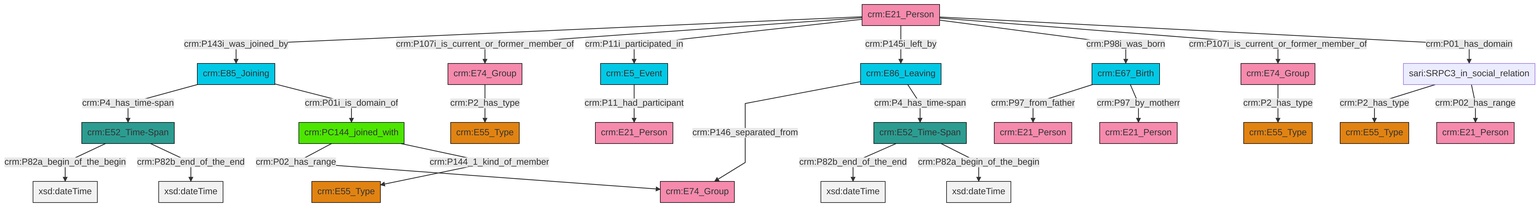
The Mermaid diagram et/personCSV/ttl/mmd/png/Person_Actor_Relations.png in swiss-art-research-net/reference-data-models, before a commit. Its source is kept beside it as et/personCSV/ttl/mmd/Person_Actor_Relations.ttl.mmd.
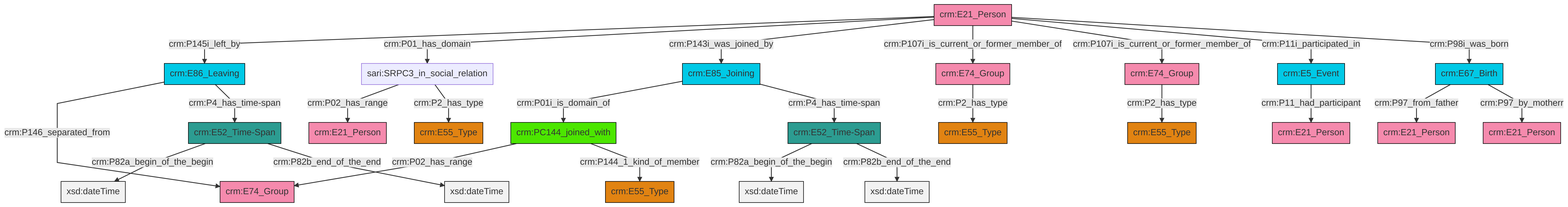
The same file after the commit.

The edit, as a diff of the source:
```diff
@@ -13,27 +13,27 @@
 classDef PC_Classes fill:#4ce600, stroke:#000000;
 classDef Multi fill:#cccccc,stroke:#000000;
 
-0["crm:E74_Group"]:::Actor -->|crm:P2_has_type| 1["crm:E55_Type"]:::Type
-2["crm:E85_Joining"]:::Temporal_Entity -->|crm:P4_has_time-span| 3["crm:E52_Time-Span"]:::Time-Span
-2["crm:E85_Joining"]:::Temporal_Entity -->|crm:P01i_is_domain_of| 4["crm:PC144_joined_with"]:::PC_Classes
-8["sari:SRPC3_in_social_relation"]:::Default -->|crm:P2_has_type| 9["crm:E55_Type"]:::Type
-10["crm:E21_Person"]:::Actor -->|crm:P143i_was_joined_by| 2["crm:E85_Joining"]:::Temporal_Entity
-11["crm:E52_Time-Span"]:::Time-Span -->|crm:P82b_end_of_the_end| 12[xsd:dateTime]:::Literal
-10["crm:E21_Person"]:::Actor -->|crm:P107i_is_current_or_former_member_of| 14["crm:E74_Group"]:::Actor
-22["crm:E86_Leaving"]:::Temporal_Entity -->|crm:P146_separated_from| 18["crm:E74_Group"]:::Actor
-4["crm:PC144_joined_with"]:::PC_Classes -->|crm:P02_has_range| 18["crm:E74_Group"]:::Actor
-25["crm:E5_Event"]:::Temporal_Entity -->|crm:P11_had_participant| 26["crm:E21_Person"]:::Actor
-28["crm:E67_Birth"]:::Temporal_Entity -->|crm:P97_from_father| 29["crm:E21_Person"]:::Actor
-3["crm:E52_Time-Span"]:::Time-Span -->|crm:P82a_begin_of_the_begin| 31[xsd:dateTime]:::Literal
-10["crm:E21_Person"]:::Actor -->|crm:P11i_participated_in| 25["crm:E5_Event"]:::Temporal_Entity
-4["crm:PC144_joined_with"]:::PC_Classes -->|crm:P144_1_kind_of_member| 15["crm:E55_Type"]:::Type
-8["sari:SRPC3_in_social_relation"]:::Default -->|crm:P02_has_range| 20["crm:E21_Person"]:::Actor
-3["crm:E52_Time-Span"]:::Time-Span -->|crm:P82b_end_of_the_end| 34[xsd:dateTime]:::Literal
-10["crm:E21_Person"]:::Actor -->|crm:P145i_left_by| 22["crm:E86_Leaving"]:::Temporal_Entity
-14["crm:E74_Group"]:::Actor -->|crm:P2_has_type| 5["crm:E55_Type"]:::Type
-10["crm:E21_Person"]:::Actor -->|crm:P98i_was_born| 28["crm:E67_Birth"]:::Temporal_Entity
-22["crm:E86_Leaving"]:::Temporal_Entity -->|crm:P4_has_time-span| 11["crm:E52_Time-Span"]:::Time-Span
-10["crm:E21_Person"]:::Actor -->|crm:P107i_is_current_or_former_member_of| 0["crm:E74_Group"]:::Actor
-28["crm:E67_Birth"]:::Temporal_Entity -->|crm:P97_by_motherr| 23["crm:E21_Person"]:::Actor
-10["crm:E21_Person"]:::Actor -->|crm:P01_has_domain| 8["sari:SRPC3_in_social_relation"]:::Default
-11["crm:E52_Time-Span"]:::Time-Span -->|crm:P82a_begin_of_the_begin| 46[xsd:dateTime]:::Literal
+0["crm:E67_Birth"]:::Temporal_Entity -->|crm:P97_from_father| 2["crm:E21_Person"]:::Actor
+3["crm:E52_Time-Span"]:::Time-Span -->|crm:P82a_begin_of_the_begin| 4[xsd:dateTime]:::Literal
+5["crm:E21_Person"]:::Actor -->|crm:P145i_left_by| 7["crm:E86_Leaving"]:::Temporal_Entity
+10["crm:E74_Group"]:::Actor -->|crm:P2_has_type| 11["crm:E55_Type"]:::Type
+5["crm:E21_Person"]:::Actor -->|crm:P01_has_domain| 13["sari:SRPC3_in_social_relation"]:::Default
+14["crm:E52_Time-Span"]:::Time-Span -->|crm:P82a_begin_of_the_begin| 15[xsd:dateTime]:::Literal
+16["crm:E74_Group"]:::Actor -->|crm:P2_has_type| 17["crm:E55_Type"]:::Type
+13["sari:SRPC3_in_social_relation"]:::Default -->|crm:P02_has_range| 18["crm:E21_Person"]:::Actor
+14["crm:E52_Time-Span"]:::Time-Span -->|crm:P82b_end_of_the_end| 20[xsd:dateTime]:::Literal
+24["crm:E85_Joining"]:::Temporal_Entity -->|crm:P01i_is_domain_of| 25["crm:PC144_joined_with"]:::PC_Classes
+13["sari:SRPC3_in_social_relation"]:::Default -->|crm:P2_has_type| 27["crm:E55_Type"]:::Type
+5["crm:E21_Person"]:::Actor -->|crm:P143i_was_joined_by| 24["crm:E85_Joining"]:::Temporal_Entity
+3["crm:E52_Time-Span"]:::Time-Span -->|crm:P82b_end_of_the_end| 30[xsd:dateTime]:::Literal
+5["crm:E21_Person"]:::Actor -->|crm:P107i_is_current_or_former_member_of| 10["crm:E74_Group"]:::Actor
+25["crm:PC144_joined_with"]:::PC_Classes -->|crm:P02_has_range| 34["crm:E74_Group"]:::Actor
+0["crm:E67_Birth"]:::Temporal_Entity -->|crm:P97_by_motherr| 8["crm:E21_Person"]:::Actor
+7["crm:E86_Leaving"]:::Temporal_Entity -->|crm:P146_separated_from| 34["crm:E74_Group"]:::Actor
+5["crm:E21_Person"]:::Actor -->|crm:P107i_is_current_or_former_member_of| 16["crm:E74_Group"]:::Actor
+25["crm:PC144_joined_with"]:::PC_Classes -->|crm:P144_1_kind_of_member| 38["crm:E55_Type"]:::Type
+5["crm:E21_Person"]:::Actor -->|crm:P11i_participated_in| 43["crm:E5_Event"]:::Temporal_Entity
+24["crm:E85_Joining"]:::Temporal_Entity -->|crm:P4_has_time-span| 3["crm:E52_Time-Span"]:::Time-Span
+7["crm:E86_Leaving"]:::Temporal_Entity -->|crm:P4_has_time-span| 14["crm:E52_Time-Span"]:::Time-Span
+43["crm:E5_Event"]:::Temporal_Entity -->|crm:P11_had_participant| 21["crm:E21_Person"]:::Actor
+5["crm:E21_Person"]:::Actor -->|crm:P98i_was_born| 0["crm:E67_Birth"]:::Temporal_Entity
```
